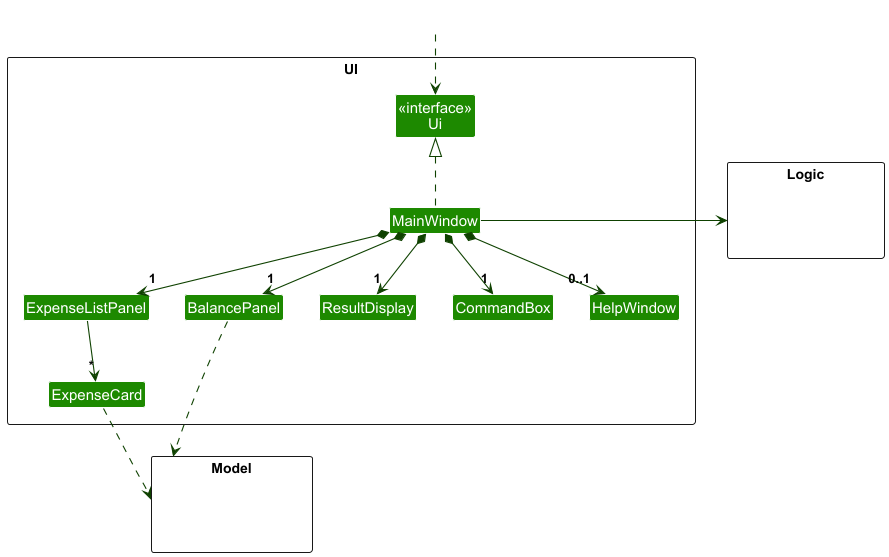
Earlier version of the PlantUML export docs/architecture/UiClassDiagram.png (IV-pratibha-0912/tp).
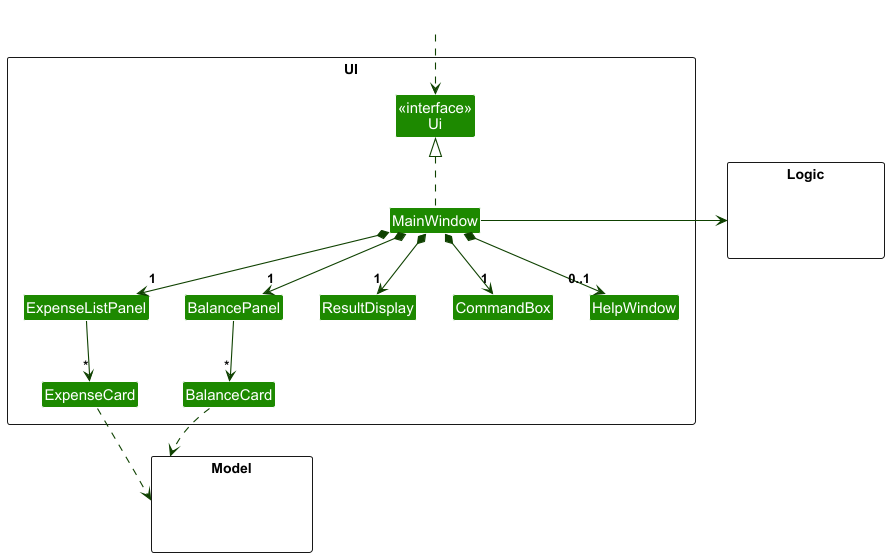
The same diagram one commit later.

Commit message:
Update diagrams to reflect current system

Diff of the diagram source:
```diff
@@ -10,6 +10,7 @@
     Class ExpenseListPanel
     Class ExpenseCard
     Class BalancePanel
+    Class BalanceCard
     Class ResultDisplay
     Class CommandBox
     Class HelpWindow
@@ -35,9 +36,10 @@
 MainWindow *-down-> "0..1" HelpWindow
 
 ExpenseListPanel -down-> "*" ExpenseCard
+BalancePanel -down-> "*" BalanceCard
 
 ExpenseCard ..> Model
-BalancePanel ..> Model
+BalanceCard ..> Model
 
 MainWindow -right-> Logic
 
```
